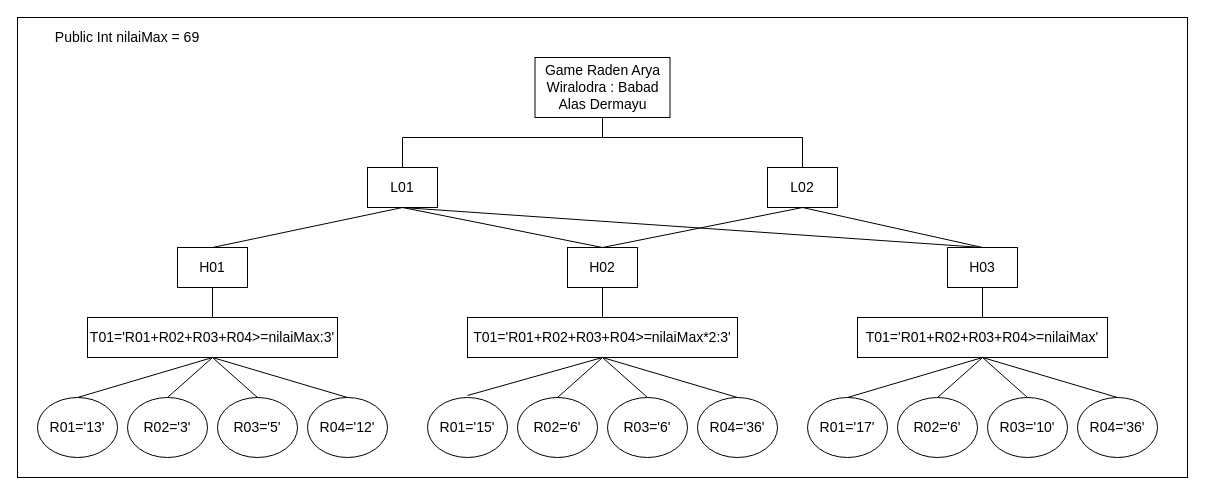
This is Inference TreeHasil dan Kondisi.drawio from aduar242/ClassDiagram, a draw.io file, before an edit. Source tidied: cells renumbered, new cells numbered last; positions are measured from the earlier drawing's top-left corner, leaving out a move shared by most shapes. Both pictures are drawn from the tidied source at 100%, with x=0, y=0 at pixel (17, 17).
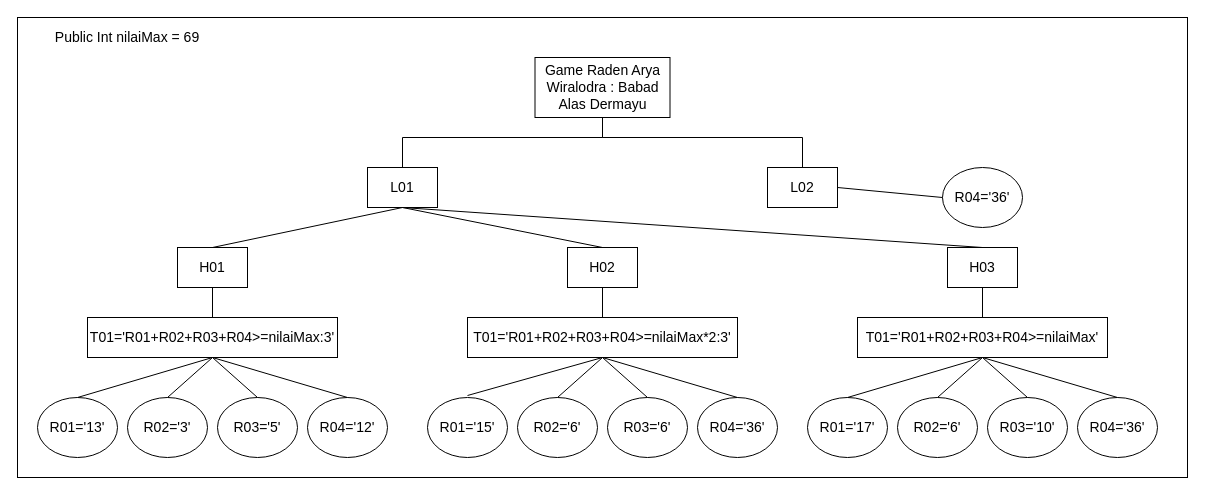
After the change.

Unchanged cells that the change refers to:
```xml
<mxCell id="9" value="H02" style="rounded=0;whiteSpace=wrap;html=1;fontSize=14;" parent="1" vertex="1">
  <mxGeometry x="550" y="230" width="70" height="40" as="geometry" />
</mxCell>
<mxCell id="41" value="L02" style="rounded=0;whiteSpace=wrap;html=1;fontSize=14;" parent="1" vertex="1">
  <mxGeometry x="750" y="150" width="70" height="40" as="geometry" />
</mxCell>
```

Diff of the diagram source:
```diff
@@
-    <mxCell id="45" style="endArrow=none;html=1;fontSize=14;exitX=0.5;exitY=0;exitDx=0;exitDy=0;entryX=0.5;entryY=1;entryDx=0;entryDy=0;" parent="1" edge="1" target="41">
-      <mxGeometry relative="1" as="geometry">
-        <mxPoint x="965" y="230" as="sourcePoint" />
-      </mxGeometry>
-    </mxCell>
-    <mxCell id="46" style="endArrow=none;html=1;fontSize=14;exitX=0.5;exitY=0;exitDx=0;exitDy=0;entryX=0.5;entryY=1;entryDx=0;entryDy=0;" parent="1" edge="1" source="9">
-      <mxGeometry relative="1" as="geometry">
-        <mxPoint x="785" y="190" as="targetPoint" />
-      </mxGeometry>
-    </mxCell>
+    <mxCell id="47" value="R04='36'" style="ellipse;whiteSpace=wrap;html=1;fontSize=14;" parent="1" vertex="1">
+      <mxGeometry x="925" y="150" width="80" height="60" as="geometry" />
+    </mxCell>
+    <mxCell id="48" style="endArrow=none;html=1;exitX=1;exitY=0.5;exitDx=0;exitDy=0;entryX=0;entryY=0.5;entryDx=0;entryDy=0;" parent="1" edge="1" source="41" target="47">
+      <mxGeometry relative="1" as="geometry" />
+    </mxCell>
```
